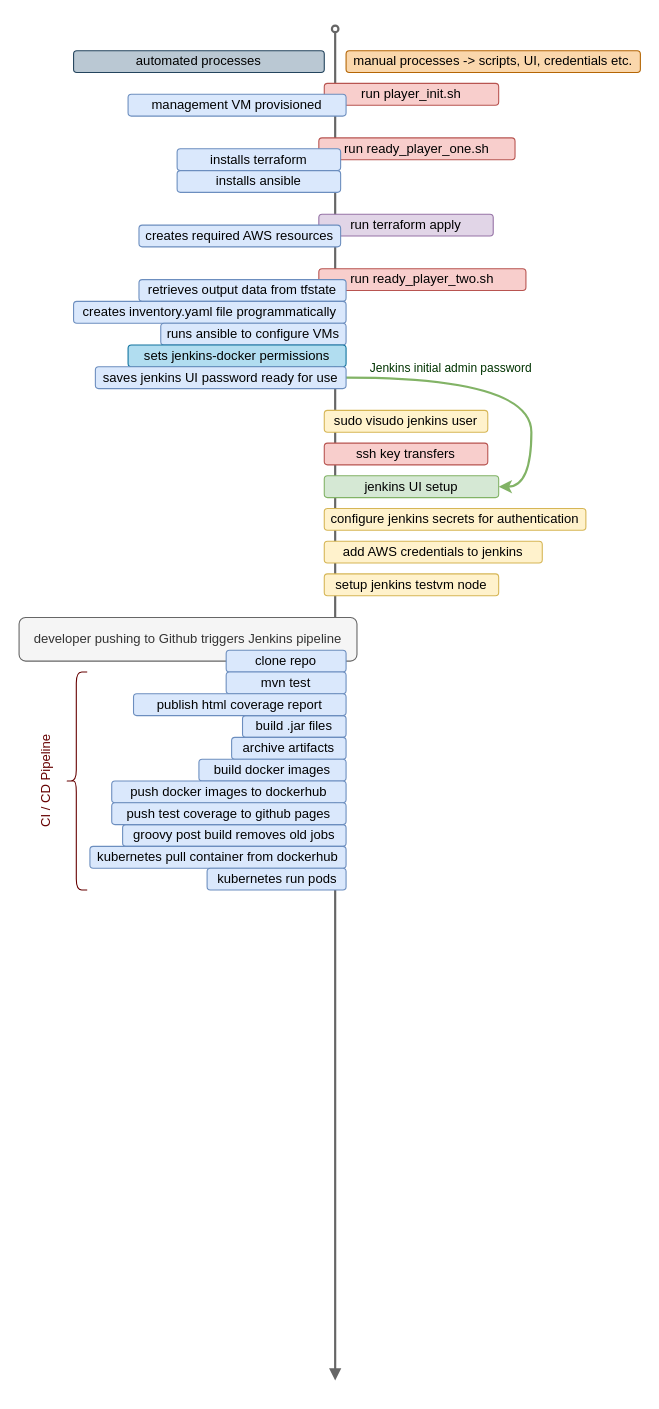
This is other_files/manual_process_checkpoints.drawio from Jenkins-Spice-Latte/QA-Help-Queue-App, a draw.io file, before an edit. Source tidied: cells renumbered, new cells numbered last; positions are measured from the earlier drawing's top-left corner, leaving out a move shared by most shapes. Both pictures are drawn from the tidied source at 109%, with x=0, y=0 at pixel (19, 28).
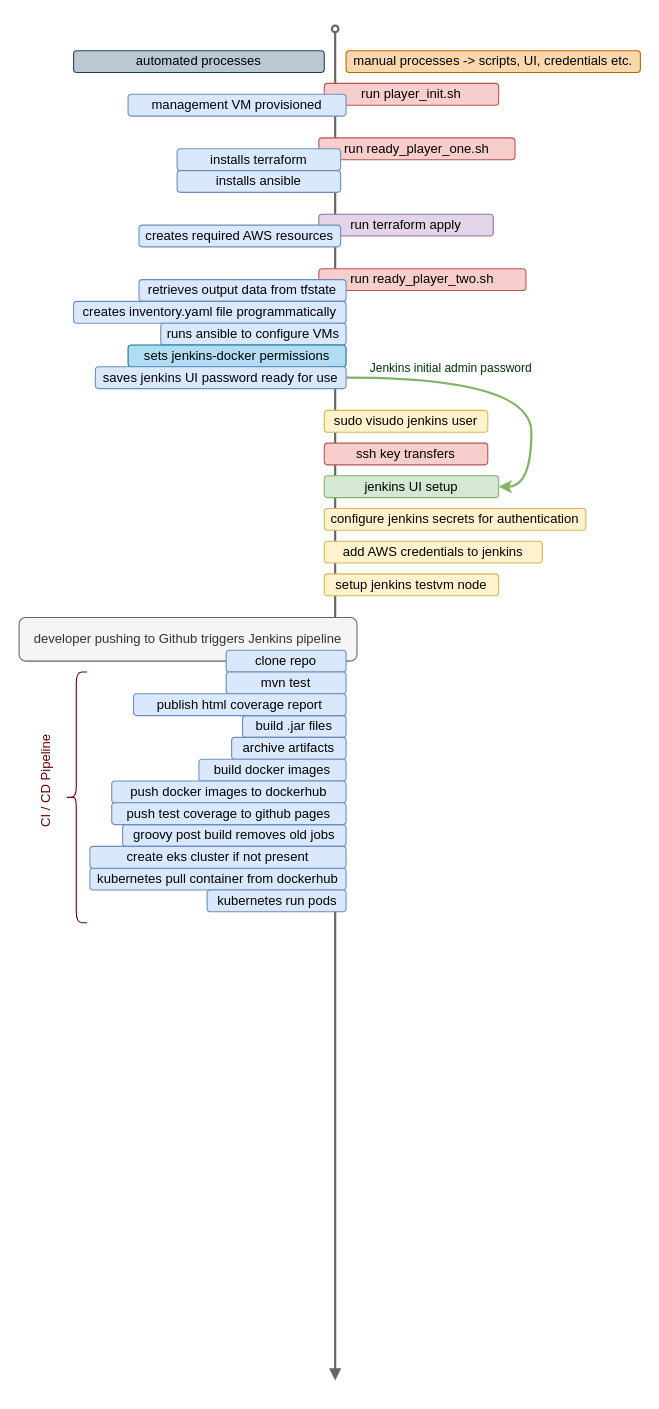
The same page after the edit.

What changed in the source:
```diff
@@
     <mxCell id="34" value="kubernetes pull container from dockerhub" style="rounded=1;whiteSpace=wrap;html=1;fillColor=#dae8fc;strokeColor=#6c8ebf;" parent="1" vertex="1">
-      <mxGeometry x="65" y="750" width="235" height="20" as="geometry" />
+      <mxGeometry x="65" y="770" width="235" height="20" as="geometry" />
     </mxCell>
     <mxCell id="35" style="shape=curlyBracket;whiteSpace=wrap;html=1;rounded=1;size=0.5;fontColor=#660000;strokeColor=#660000;" parent="1" vertex="1">
-      <mxGeometry x="42.5" y="590" width="20" height="200" as="geometry" />
+      <mxGeometry x="42.5" y="590" width="20" height="230" as="geometry" />
     </mxCell>
     <mxCell id="36" value="kubernetes run pods" style="rounded=1;whiteSpace=wrap;html=1;fillColor=#dae8fc;strokeColor=#6c8ebf;" parent="1" vertex="1">
-      <mxGeometry x="172.5" y="770" width="127.5" height="20" as="geometry" />
+      <mxGeometry x="172.5" y="790" width="127.5" height="20" as="geometry" />
     </mxCell>
@@
+    <mxCell id="41" value="create eks cluster if not present" style="rounded=1;whiteSpace=wrap;html=1;fillColor=#dae8fc;strokeColor=#6c8ebf;" parent="1" vertex="1">
+      <mxGeometry x="65" y="750" width="235" height="20" as="geometry" />
+    </mxCell>
```
